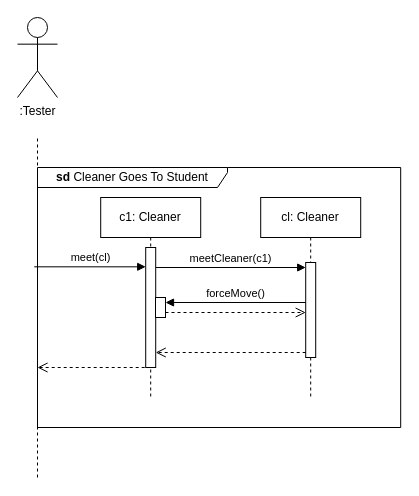
This is page "Cleaner Goes To Cleaner" (42 of 46) of Beadások/6. Beadás/Változás-Szekvencia.drawio from XanleR/U.B.R.---Projlab-2024, a draw.io file, before an edit. Source tidied: cells renumbered, new cells numbered last; positions are measured from the earlier drawing's top-left corner, leaving out a move shared by most shapes. Both pictures are drawn from the tidied source at 100%, with x=0, y=0 at pixel (17, 17).
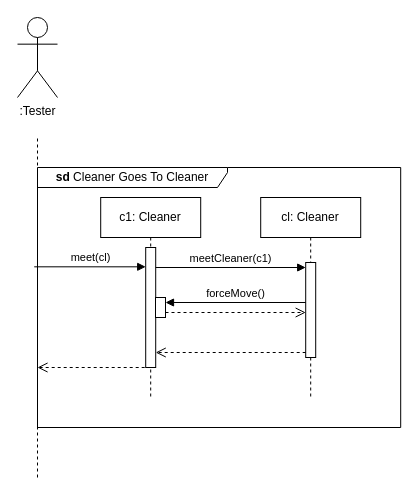
The same page after the edit.

Change to the diagram source:
```diff
@@
 <mxGraphModel>
   <root>
     <mxCell id="0" />
     <mxCell id="1" parent="0" />
     <mxCell id="2" value="c1: Cleaner" style="shape=umlLifeline;perimeter=lifelinePerimeter;whiteSpace=wrap;html=1;newEdgeStyle={&quot;curved&quot;:0,&quot;rounded&quot;:0};" parent="1" vertex="1">
       <mxGeometry x="83.2" y="180" width="100" height="200" as="geometry" />
     </mxCell>
     <mxCell id="3" style="html=1;points=[[0,0,0,0,5],[0,1,0,0,-5],[1,0,0,0,5],[1,1,0,0,-5]];perimeter=orthogonalPerimeter;outlineConnect=0;targetShapes=umlLifeline;portConstraint=eastwest;newEdgeStyle={&quot;curved&quot;:0,&quot;rounded&quot;:0};" parent="2" vertex="1">
       <mxGeometry x="45" y="50" width="10" height="120" as="geometry" />
     </mxCell>
     <mxCell id="4" value="cl: Cleaner" style="shape=umlLifeline;perimeter=lifelinePerimeter;whiteSpace=wrap;html=1;newEdgeStyle={&quot;curved&quot;:0,&quot;rounded&quot;:0};" parent="1" vertex="1">
       <mxGeometry x="243.2" y="180" width="100" height="200" as="geometry" />
     </mxCell>
     <mxCell id="5" style="html=1;points=[[0,0,0,0,5],[0,1,0,0,-5],[1,0,0,0,5],[1,1,0,0,-5]];perimeter=orthogonalPerimeter;outlineConnect=0;targetShapes=umlLifeline;portConstraint=eastwest;newEdgeStyle={&quot;curved&quot;:0,&quot;rounded&quot;:0};" parent="4" vertex="1">
       <mxGeometry x="45" y="65" width="10" height="95" as="geometry" />
     </mxCell>
     <mxCell id="6" value="meetCleaner(c1)" style="html=1;verticalAlign=bottom;endArrow=block;curved=0;rounded=0;entryX=0;entryY=0;entryDx=0;entryDy=5;entryPerimeter=0;" parent="1" edge="1" target="5">
       <mxGeometry relative="1" as="geometry">
         <mxPoint x="138.2" y="250" as="sourcePoint" />
       </mxGeometry>
     </mxCell>
     <mxCell id="7" value="meet(cl)" style="html=1;verticalAlign=bottom;endArrow=block;curved=0;rounded=0;exitX=-0.009;exitY=0.382;exitDx=0;exitDy=0;exitPerimeter=0;" parent="1" edge="1" source="9" target="3">
       <mxGeometry relative="1" as="geometry" />
     </mxCell>
     <mxCell id="8" style="html=1;verticalAlign=bottom;endArrow=open;dashed=1;endSize=8;curved=0;rounded=0;" parent="1" edge="1">
       <mxGeometry relative="1" as="geometry">
         <mxPoint x="133.2" y="350" as="sourcePoint" />
         <mxPoint x="20" y="350" as="targetPoint" />
       </mxGeometry>
     </mxCell>
-    <mxCell id="9" value="&lt;b&gt;sd&lt;/b&gt;&amp;nbsp;Cleaner Goes To Student" style="shape=umlFrame;whiteSpace=wrap;html=1;width=190;height=20;" parent="1" vertex="1">
+    <mxCell id="9" value="&lt;b&gt;sd&lt;/b&gt;&amp;nbsp;Cleaner Goes To Cleaner" style="shape=umlFrame;whiteSpace=wrap;html=1;width=190;height=20;" parent="1" vertex="1">
       <mxGeometry x="20" y="150" width="363.2" height="260" as="geometry" />
     </mxCell>
     <mxCell id="10" style="endArrow=none;dashed=1;html=1;rounded=0;" parent="1" edge="1">
       <mxGeometry relative="1" as="geometry">
         <mxPoint x="20" y="460" as="sourcePoint" />
         <mxPoint x="20" y="120" as="targetPoint" />
       </mxGeometry>
     </mxCell>
     <mxCell id="11" value=":Tester" style="shape=umlActor;verticalLabelPosition=bottom;verticalAlign=top;html=1;" parent="1" vertex="1">
       <mxGeometry width="40" height="80" as="geometry" />
     </mxCell>
     <mxCell id="12" style="html=1;verticalAlign=bottom;endArrow=open;dashed=1;endSize=8;curved=0;rounded=0;exitX=0;exitY=1;exitDx=0;exitDy=-5;exitPerimeter=0;" parent="1" edge="1" source="5" target="3">
       <mxGeometry relative="1" as="geometry" />
     </mxCell>
     <mxCell id="13" style="html=1;points=[[0,0,0,0,5],[0,1,0,0,-5],[1,0,0,0,5],[1,1,0,0,-5]];perimeter=orthogonalPerimeter;outlineConnect=0;targetShapes=umlLifeline;portConstraint=eastwest;newEdgeStyle={&quot;curved&quot;:0,&quot;rounded&quot;:0};" parent="1" vertex="1">
       <mxGeometry x="138" y="280" width="10" height="20" as="geometry" />
     </mxCell>
     <mxCell id="14" value="forceMove()" style="html=1;verticalAlign=bottom;endArrow=block;curved=0;rounded=0;entryX=1;entryY=0;entryDx=0;entryDy=5;" parent="1" edge="1" target="13">
       <mxGeometry relative="1" as="geometry">
         <mxPoint x="288.2" y="285" as="sourcePoint" />
       </mxGeometry>
     </mxCell>
     <mxCell id="15" style="html=1;verticalAlign=bottom;endArrow=open;dashed=1;endSize=8;curved=0;rounded=0;exitX=1;exitY=1;exitDx=0;exitDy=-5;" parent="1" edge="1" source="13">
       <mxGeometry relative="1" as="geometry">
         <mxPoint x="288.2" y="295" as="targetPoint" />
       </mxGeometry>
     </mxCell>
   </root>
 </mxGraphModel>
```
